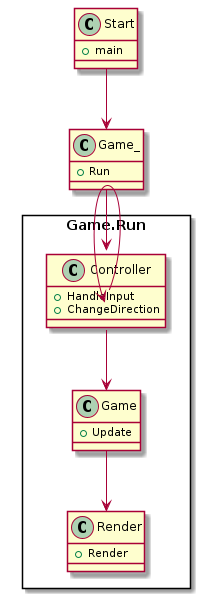
Earlier version of the PlantUML export doc/code_structure.png (laurasdejong/CppND-Capstone-Robber-Game).
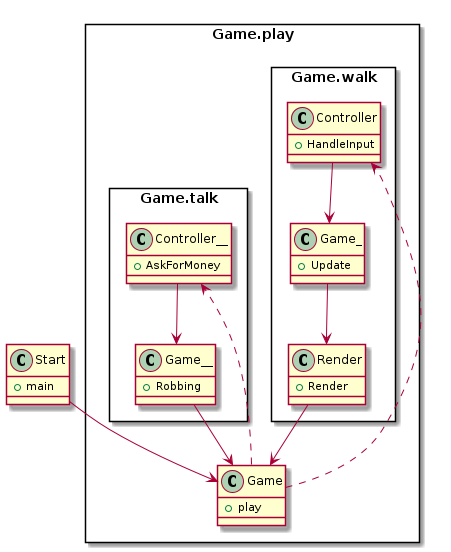
Later version of the same file.

Commit message:
Added game concept to Readme, added taskslist,and updated code structure figure

The edit, as a diff of the source:
```diff
@@ -4,20 +4,20 @@
   + main
 }
 
-class Game_ {
-  + Run
-}
 
- Start --> Game_
+package Game.play <<Rectangle>>{
+  class Game {
+    + play
+  }
 
+  .Start --> Game
 
-package Game.Run <<Rectangle>>{
+  package Game.walk <<Rectangle>>{
     class Controller {
     + HandleInput
-    + ChangeDirection
     }
 
-    class Game {
+    class Game_ {
     + Update
     }
 
@@ -26,10 +26,25 @@
     }
 
 
-    .Game_ --> Controller
-    Controller --> Game
-    Game --> Render
-    Controller::HandleInput --> Controller::ChangeDirection
+    .Game ..> Controller
+    Controller --> Game_
+    Game_ --> Render
+    Render --> .Game
+  }
+
+  package Game.talk <<Rectangle>>{
+    class Controller__ {
+      + AskForMoney
+    }
+    class Game__{
+      + Robbing
+    }
+    .Game ..> Controller__
+    Controller__ --> Game__
+    Game__ --> .Game
+  }
+
+
 }
 
 @enduml
```
